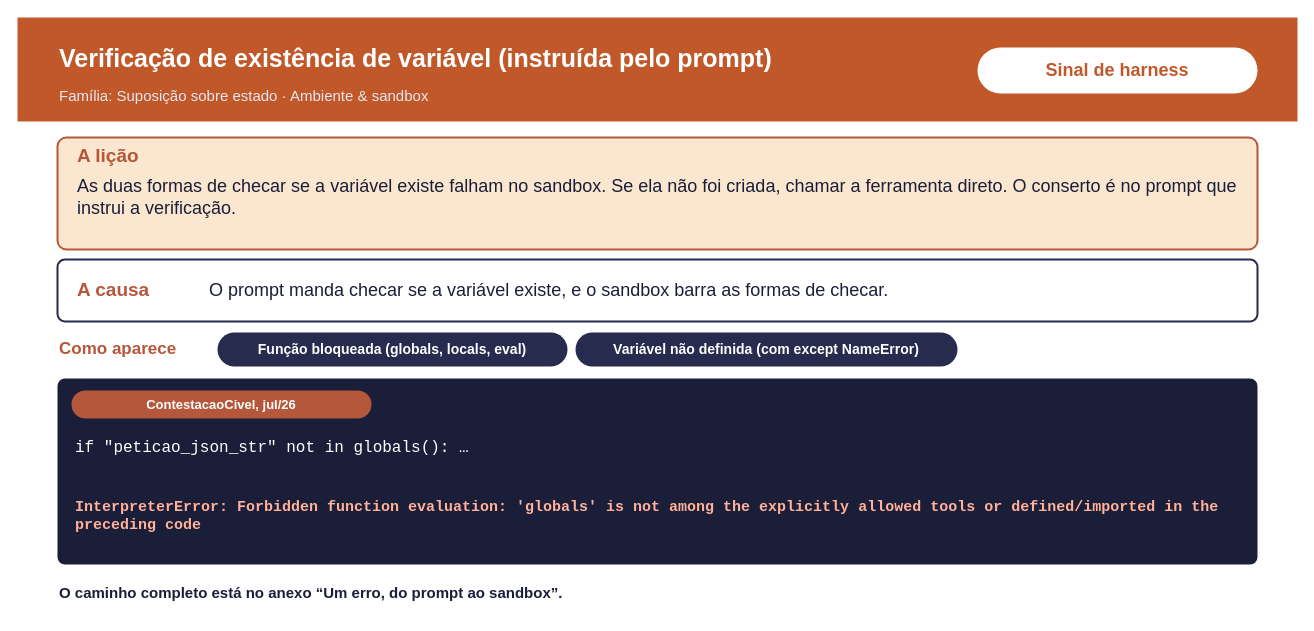
Above: page "Verificação de existência de" (2 of 19) of docs/sources/draw.io/anexo_fichas_unidades.drawio in rc-ventura/memory_layer_ai_agents (draw.io), before the change. Source tidied: cells renumbered, new cells numbered last; positions are measured from the earlier drawing's top-left corner, leaving out a move shared by most shapes. Both pictures are drawn from the tidied source at 100%, with x=0, y=0 at pixel (17, 17).
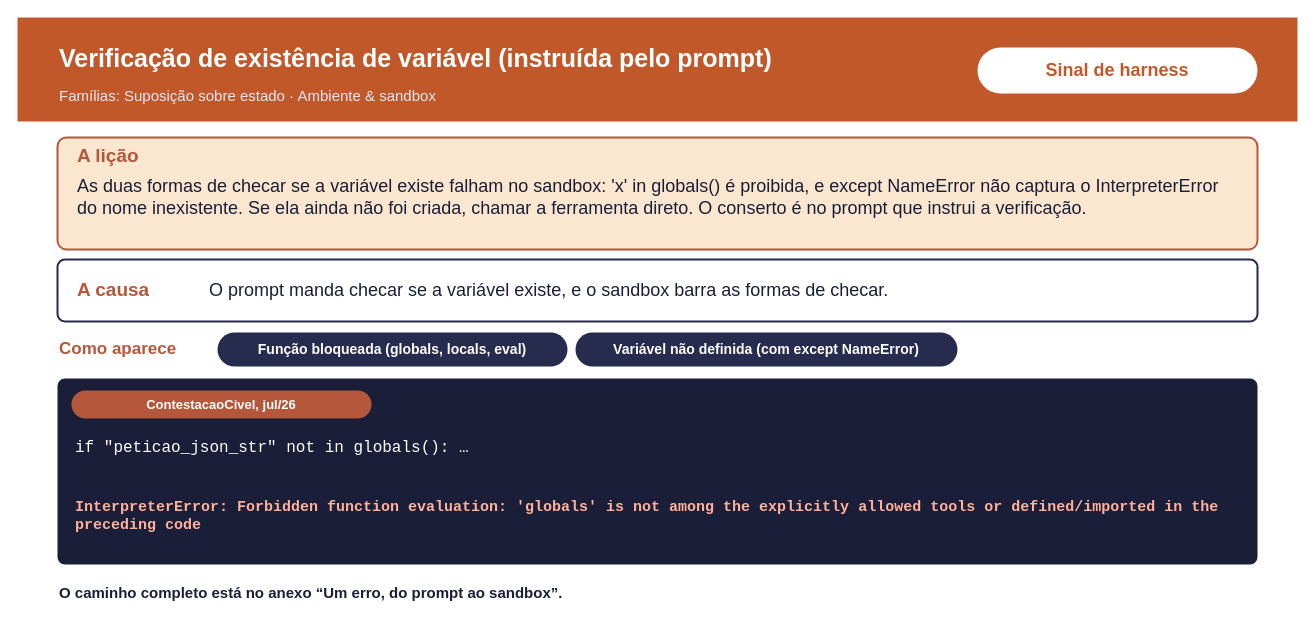
The same page after the edit.

Diff of the diagram source:
```diff
@@
 <mxGraphModel>
   <root>
     <mxCell id="0" />
     <mxCell id="1" parent="0" />
     <mxCell id="2" style="html=1;fillColor=#C0582A;strokeColor=none;" parent="1" vertex="1">
       <mxGeometry width="1280" height="104" as="geometry" />
     </mxCell>
     <mxCell id="3" value="&lt;b&gt;Verificação de existência de variável (instruída pelo prompt)&lt;/b&gt;" style="text;html=1;verticalAlign=middle;whiteSpace=wrap;align=left;fontSize=25;fontColor=#FFFFFF;" parent="1" vertex="1">
       <mxGeometry x="40" y="14" width="910" height="52" as="geometry" />
     </mxCell>
-    <mxCell id="4" value="Família: Suposição sobre estado · Ambiente &amp; sandbox" style="text;html=1;verticalAlign=middle;whiteSpace=wrap;align=left;fontSize=15;fontColor=#E6E7F0;" parent="1" vertex="1">
+    <mxCell id="4" value="Famílias: Suposição sobre estado · Ambiente &amp; sandbox" style="text;html=1;verticalAlign=middle;whiteSpace=wrap;align=left;fontSize=15;fontColor=#E6E7F0;" parent="1" vertex="1">
       <mxGeometry x="40" y="64" width="880" height="28" as="geometry" />
     </mxCell>
     <mxCell id="5" value="Sinal de harness" style="rounded=1;arcSize=50;whiteSpace=wrap;html=1;fillColor=#FFFFFF;strokeColor=none;fontColor=#C0582A;fontSize=18;fontStyle=1;" parent="1" vertex="1">
       <mxGeometry x="960" y="30" width="280" height="46" as="geometry" />
     </mxCell>
     <mxCell id="6" style="rounded=1;arcSize=8;whiteSpace=wrap;html=1;fillColor=#FBE7D0;strokeColor=#B5573A;strokeWidth=2;" parent="1" vertex="1">
       <mxGeometry x="40" y="120" width="1200" height="112" as="geometry" />
     </mxCell>
     <mxCell id="7" value="&lt;b&gt;A lição&lt;/b&gt;" style="text;html=1;verticalAlign=middle;whiteSpace=wrap;align=left;fontSize=19;fontColor=#B5573A;" parent="1" vertex="1">
       <mxGeometry x="58" y="124" width="300" height="30" as="geometry" />
     </mxCell>
-    <mxCell id="8" value="As duas formas de checar se a variável existe falham no sandbox. Se ela não foi criada, chamar a ferramenta direto. O conserto é no prompt que instrui a verificação." style="text;html=1;verticalAlign=top;whiteSpace=wrap;align=left;fontSize=18;fontColor=#1B1E38;" parent="1" vertex="1">
+    <mxCell id="8" value="As duas formas de checar se a variável existe falham no sandbox: 'x' in globals() é proibida, e except NameError não captura o InterpreterError do nome inexistente. Se ela ainda não foi criada, chamar a ferramenta direto. O conserto é no prompt que instrui a verificação." style="text;html=1;verticalAlign=top;whiteSpace=wrap;align=left;fontSize=18;fontColor=#1B1E38;" parent="1" vertex="1">
       <mxGeometry x="58" y="152" width="1164" height="76" as="geometry" />
     </mxCell>
     <mxCell id="9" style="rounded=1;arcSize=12;whiteSpace=wrap;html=1;fillColor=#FFFFFF;strokeColor=#272B4D;strokeWidth=2;" parent="1" vertex="1">
       <mxGeometry x="40" y="242" width="1200" height="62" as="geometry" />
     </mxCell>
     <mxCell id="10" value="&lt;b&gt;A causa&lt;/b&gt;" style="text;html=1;verticalAlign=middle;whiteSpace=wrap;align=left;fontSize=19;fontColor=#B5573A;" parent="1" vertex="1">
       <mxGeometry x="58" y="246" width="130" height="54" as="geometry" />
     </mxCell>
     <mxCell id="11" value="O prompt manda checar se a variável existe, e o sandbox barra as formas de checar." style="text;html=1;verticalAlign=middle;whiteSpace=wrap;align=left;fontSize=18;fontColor=#1B1E38;" parent="1" vertex="1">
       <mxGeometry x="190" y="246" width="1040" height="54" as="geometry" />
     </mxCell>
     <mxCell id="12" value="&lt;b&gt;Como aparece&lt;/b&gt;" style="text;html=1;verticalAlign=middle;whiteSpace=wrap;align=left;fontSize=17;fontColor=#B5573A;" parent="1" vertex="1">
       <mxGeometry x="40" y="314" width="170" height="36" as="geometry" />
     </mxCell>
     <mxCell id="13" value="Função bloqueada (globals, locals, eval)" style="rounded=1;arcSize=50;whiteSpace=wrap;html=1;fillColor=#272B4D;strokeColor=none;fontColor=#FFFFFF;fontSize=14;fontStyle=1;" parent="1" vertex="1">
       <mxGeometry x="200" y="315" width="350" height="34" as="geometry" />
     </mxCell>
     <mxCell id="14" value="Variável não definida (com except NameError)" style="rounded=1;arcSize=50;whiteSpace=wrap;html=1;fillColor=#272B4D;strokeColor=none;fontColor=#FFFFFF;fontSize=14;fontStyle=1;" parent="1" vertex="1">
       <mxGeometry x="558" y="315" width="382" height="34" as="geometry" />
     </mxCell>
     <mxCell id="15" style="rounded=1;arcSize=4;whiteSpace=wrap;html=1;fillColor=#1B1E38;strokeColor=none;" parent="1" vertex="1">
       <mxGeometry x="40" y="361" width="1200" height="186" as="geometry" />
     </mxCell>
     <mxCell id="16" value="ContestacaoCivel, jul/26" style="rounded=1;arcSize=50;whiteSpace=wrap;html=1;fillColor=#B5573A;strokeColor=none;fontColor=#FFFFFF;fontSize=13;fontStyle=1;" parent="1" vertex="1">
       <mxGeometry x="54" y="373" width="300" height="28" as="geometry" />
     </mxCell>
     <mxCell id="17" value="if &amp;quot;peticao_json_str&amp;quot; not in globals(): …" style="text;html=1;verticalAlign=middle;align=left;whiteSpace=wrap;fontFamily=Courier New;fontSize=16;fontColor=#FFFFFF;" parent="1" vertex="1">
       <mxGeometry x="56" y="405" width="1168" height="52" as="geometry" />
     </mxCell>
     <mxCell id="18" value="InterpreterError: Forbidden function evaluation: 'globals' is not among the explicitly allowed tools or defined/imported in the preceding code" style="text;html=1;verticalAlign=middle;align=left;whiteSpace=wrap;fontFamily=Courier New;fontSize=15;fontStyle=1;fontColor=#FFB199;" parent="1" vertex="1">
       <mxGeometry x="56" y="459" width="1168" height="80" as="geometry" />
     </mxCell>
     <mxCell id="19" value="&lt;b&gt;O caminho completo está no anexo “Um erro, do prompt ao sandbox”.&lt;/b&gt;" style="text;html=1;verticalAlign=middle;whiteSpace=wrap;align=left;fontSize=15;fontColor=#1B1E38;" parent="1" vertex="1">
       <mxGeometry x="40" y="553" width="1200" height="44" as="geometry" />
     </mxCell>
   </root>
 </mxGraphModel>
```
